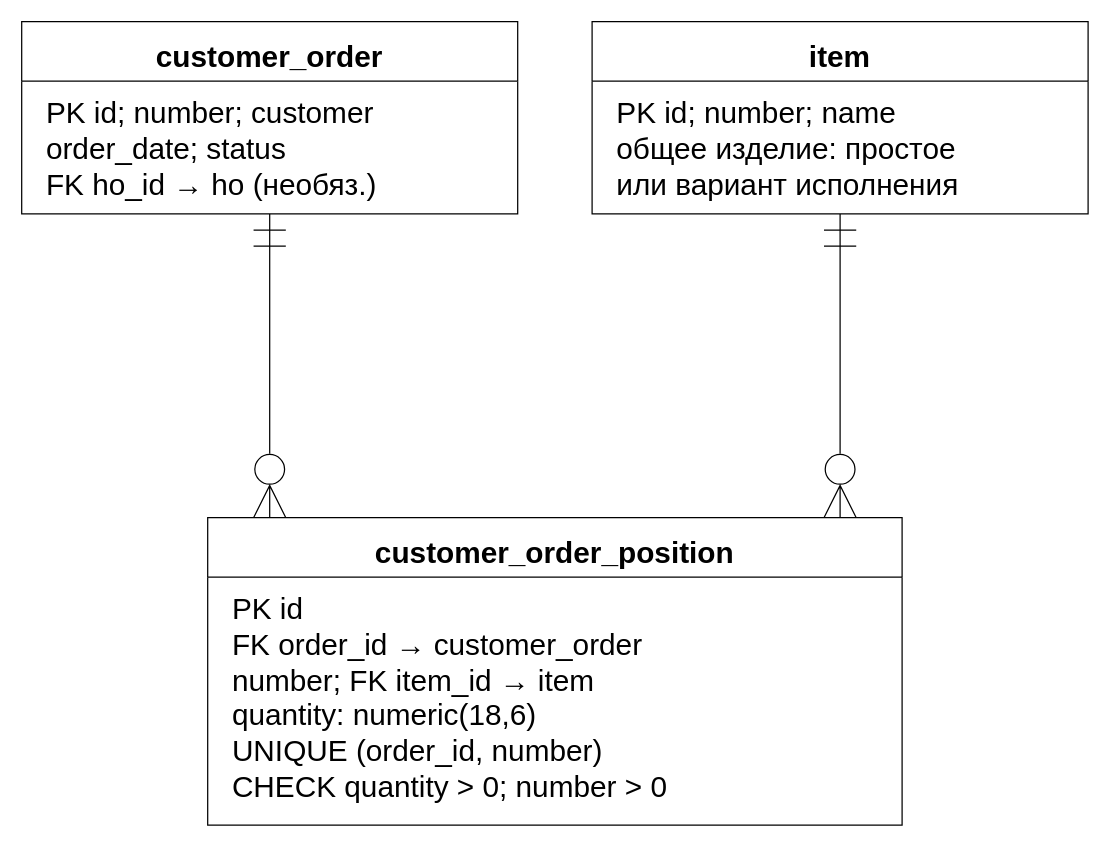
The draw.io diagram utils/lab7/diagrams/07_erd_orders.drawio in 10xtheo/mispris-sem7, before the edit. Source tidied: cells renumbered, new cells numbered last; positions are measured from the earlier drawing's top-left corner, leaving out a move shared by most shapes. Both pictures are drawn from the tidied source at 124%, with x=0, y=0 at pixel (21, 21).
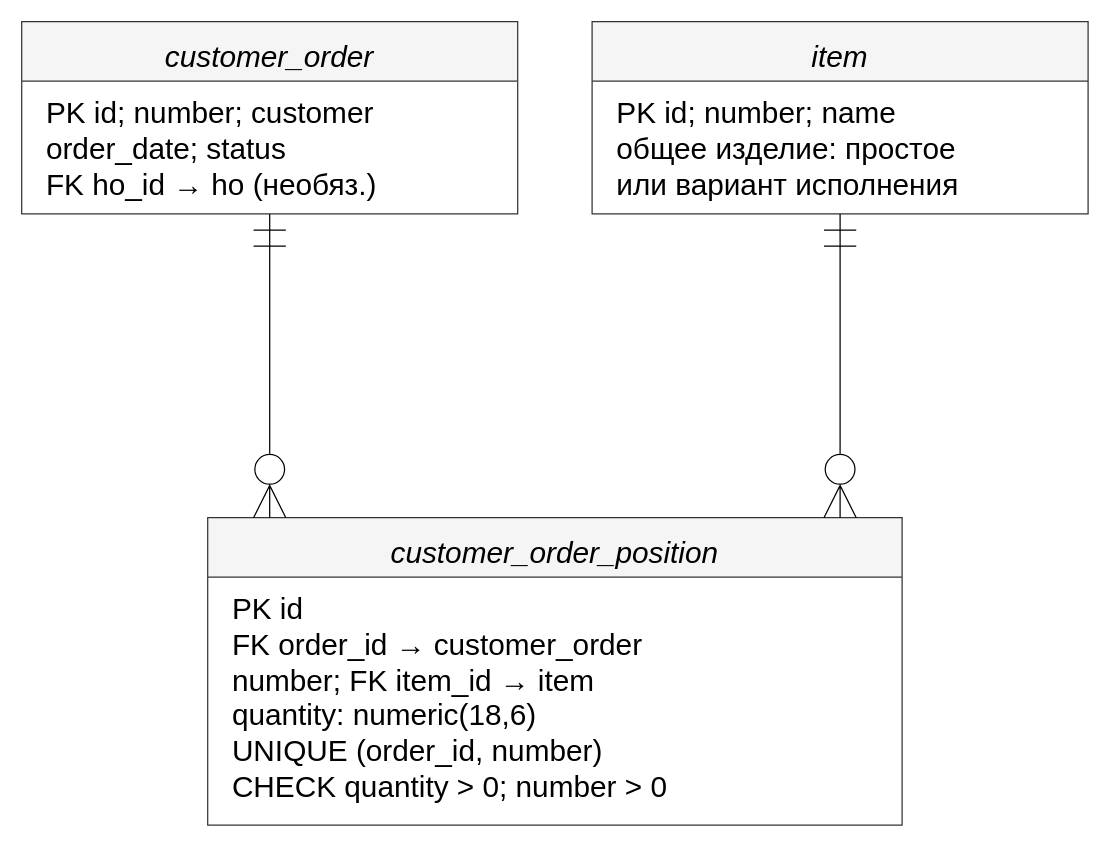
The same page after the edit.

What changed in the source:
```diff
@@
 <mxGraphModel>
   <root>
     <mxCell id="0" />
     <mxCell id="1" parent="0" />
-    <mxCell id="2" value="customer_order" style="rounded=0;whiteSpace=wrap;html=1;align=center;verticalAlign=top;fontFamily=Arial;fontSize=24;spacing=10;fillColor=#ffffff;strokeColor=#000000;shape=swimlane;startSize=48;fontStyle=1;swimlaneFillColor=#ffffff;" parent="1" vertex="1">
+    <mxCell id="2" value="customer_order" style="rounded=0;whiteSpace=wrap;html=1;align=center;verticalAlign=top;fontFamily=Arial;fontSize=24;spacing=10;fillColor=#f5f5f5;strokeColor=#333333;shape=swimlane;startSize=48;fontStyle=2;swimlaneFillColor=#ffffff;" parent="1" vertex="1">
       <mxGeometry width="400" height="155" as="geometry" />
     </mxCell>
     <mxCell id="3" value="PK id; number; customer&lt;br&gt;order_date; status&lt;br&gt;FK ho_id → ho (необяз.)" style="text;html=1;align=left;verticalAlign=top;fontFamily=Arial;fontSize=24;spacingLeft=18;spacingTop=5;fillColor=none;strokeColor=none;" parent="2" vertex="1">
       <mxGeometry y="48" width="400" height="107" as="geometry" />
     </mxCell>
-    <mxCell id="4" value="item" style="rounded=0;whiteSpace=wrap;html=1;align=center;verticalAlign=top;fontFamily=Arial;fontSize=24;spacing=10;fillColor=#ffffff;strokeColor=#000000;shape=swimlane;startSize=48;fontStyle=1;swimlaneFillColor=#ffffff;" parent="1" vertex="1">
+    <mxCell id="4" value="item" style="rounded=0;whiteSpace=wrap;html=1;align=center;verticalAlign=top;fontFamily=Arial;fontSize=24;spacing=10;fillColor=#f5f5f5;strokeColor=#333333;shape=swimlane;startSize=48;fontStyle=2;swimlaneFillColor=#ffffff;" parent="1" vertex="1">
       <mxGeometry x="460" width="400" height="155" as="geometry" />
     </mxCell>
     <mxCell id="5" value="PK id; number; name&lt;br&gt;общее изделие: простое&lt;br&gt;или вариант исполнения" style="text;html=1;align=left;verticalAlign=top;fontFamily=Arial;fontSize=24;spacingLeft=18;spacingTop=5;fillColor=none;strokeColor=none;" parent="4" vertex="1">
       <mxGeometry y="48" width="400" height="107" as="geometry" />
     </mxCell>
-    <mxCell id="6" value="customer_order_position" style="rounded=0;whiteSpace=wrap;html=1;align=center;verticalAlign=top;fontFamily=Arial;fontSize=24;spacing=10;fillColor=#ffffff;strokeColor=#000000;shape=swimlane;startSize=48;fontStyle=1;swimlaneFillColor=#ffffff;" parent="1" vertex="1">
+    <mxCell id="6" value="customer_order_position" style="rounded=0;whiteSpace=wrap;html=1;align=center;verticalAlign=top;fontFamily=Arial;fontSize=24;spacing=10;fillColor=#f5f5f5;strokeColor=#333333;shape=swimlane;startSize=48;fontStyle=2;swimlaneFillColor=#ffffff;" parent="1" vertex="1">
       <mxGeometry x="150" y="400" width="560" height="248" as="geometry" />
     </mxCell>
     <mxCell id="7" value="PK id&lt;br&gt;FK order_id → customer_order&lt;br&gt;number; FK item_id → item&lt;br&gt;quantity: numeric(18,6)&lt;br&gt;UNIQUE (order_id, number)&lt;br&gt;CHECK quantity &amp;gt; 0; number &amp;gt; 0" style="text;html=1;align=left;verticalAlign=top;fontFamily=Arial;fontSize=24;spacingLeft=18;spacingTop=5;fillColor=none;strokeColor=none;" parent="6" vertex="1">
       <mxGeometry y="48" width="560" height="200" as="geometry" />
     </mxCell>
     <mxCell id="8" style="edgeStyle=orthogonalEdgeStyle;rounded=0;html=1;endArrow=open;fontFamily=Arial;fontSize=24;labelBackgroundColor=#ffffff;exitX=0.5;exitY=1.0;entryX=0.08928571428571429;entryY=0.0;endArrow=none;startArrow=none;startArrow=ERmandOne;endArrow=ERzeroToMany;startFill=0;endFill=0;startSize=24;endSize=24;" parent="1" edge="1" source="2" target="6">
       <mxGeometry relative="1" as="geometry" />
     </mxCell>
     <mxCell id="9" style="edgeStyle=orthogonalEdgeStyle;rounded=0;html=1;endArrow=open;fontFamily=Arial;fontSize=24;labelBackgroundColor=#ffffff;exitX=0.5;exitY=1.0;entryX=0.9107142857142857;entryY=0.0;endArrow=none;startArrow=none;startArrow=ERmandOne;endArrow=ERzeroToMany;startFill=0;endFill=0;startSize=24;endSize=24;" parent="1" edge="1" source="4" target="6">
       <mxGeometry relative="1" as="geometry" />
     </mxCell>
   </root>
 </mxGraphModel>
```
